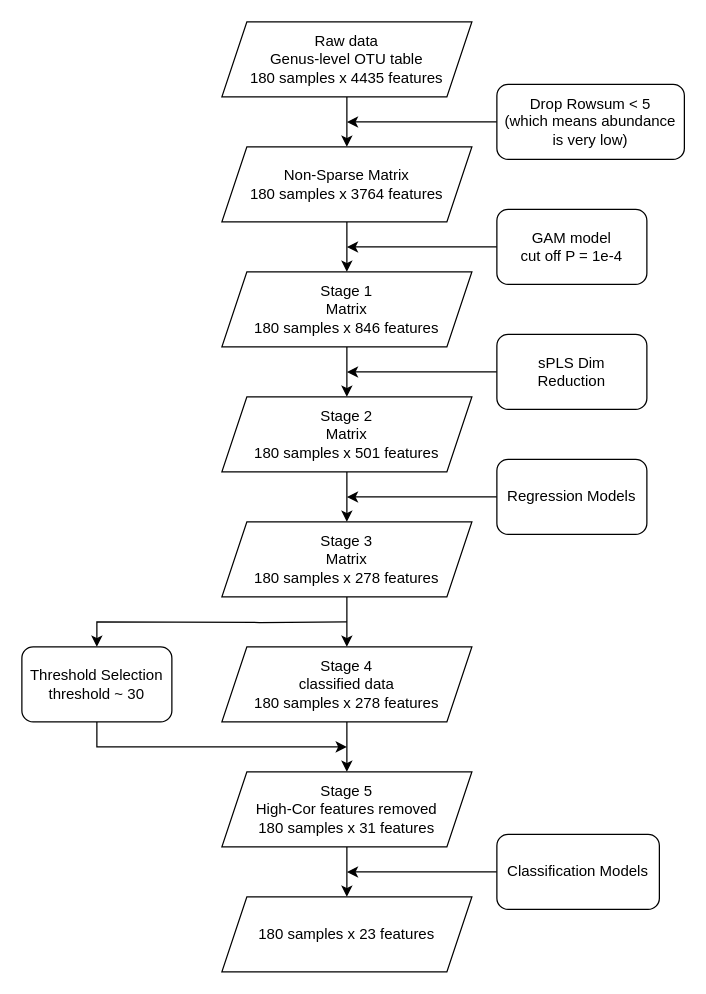
Earlier version of the draw.io diagram skin-proj-ml.workflow.drawio (artefaritaKuniklo/draw.io-graph). Source tidied: cells renumbered, new cells numbered last; positions are measured from the earlier drawing's top-left corner, leaving out a move shared by most shapes. Both pictures are drawn from the tidied source at 125%, with x=0, y=0 at pixel (21, 21).
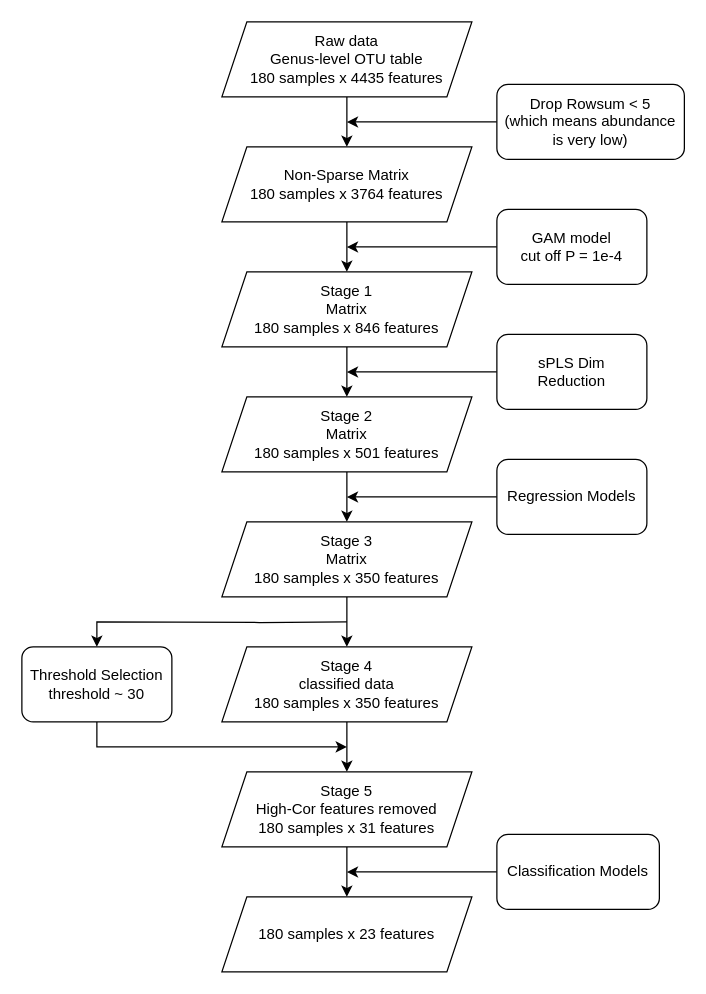
The same diagram, later.

What changed in the source:
```diff
@@
-    <mxCell id="17" value="&lt;div&gt;Stage 3&lt;br&gt;Matrix&lt;/div&gt;&lt;div&gt;180 samples x 278 features&lt;/div&gt;" style="shape=parallelogram;perimeter=parallelogramPerimeter;whiteSpace=wrap;html=1;fixedSize=1;" parent="1" vertex="1">
+    <mxCell id="17" value="&lt;div&gt;Stage 3&lt;br&gt;Matrix&lt;/div&gt;&lt;div&gt;180 samples x 350 features&lt;/div&gt;" style="shape=parallelogram;perimeter=parallelogramPerimeter;whiteSpace=wrap;html=1;fixedSize=1;" parent="1" vertex="1">
       <mxGeometry x="160" y="400" width="200" height="60" as="geometry" />
     </mxCell>
@@
-    <mxCell id="22" value="&lt;div&gt;Stage 4&lt;br&gt;classified data&lt;/div&gt;&lt;div&gt;180 samples x 278 features&lt;/div&gt;" style="shape=parallelogram;perimeter=parallelogramPerimeter;whiteSpace=wrap;html=1;fixedSize=1;" parent="1" vertex="1">
+    <mxCell id="22" value="&lt;div&gt;Stage 4&lt;br&gt;classified data&lt;/div&gt;&lt;div&gt;180 samples x 350 features&lt;/div&gt;" style="shape=parallelogram;perimeter=parallelogramPerimeter;whiteSpace=wrap;html=1;fixedSize=1;" parent="1" vertex="1">
       <mxGeometry x="160" y="500" width="200" height="60" as="geometry" />
     </mxCell>
```
